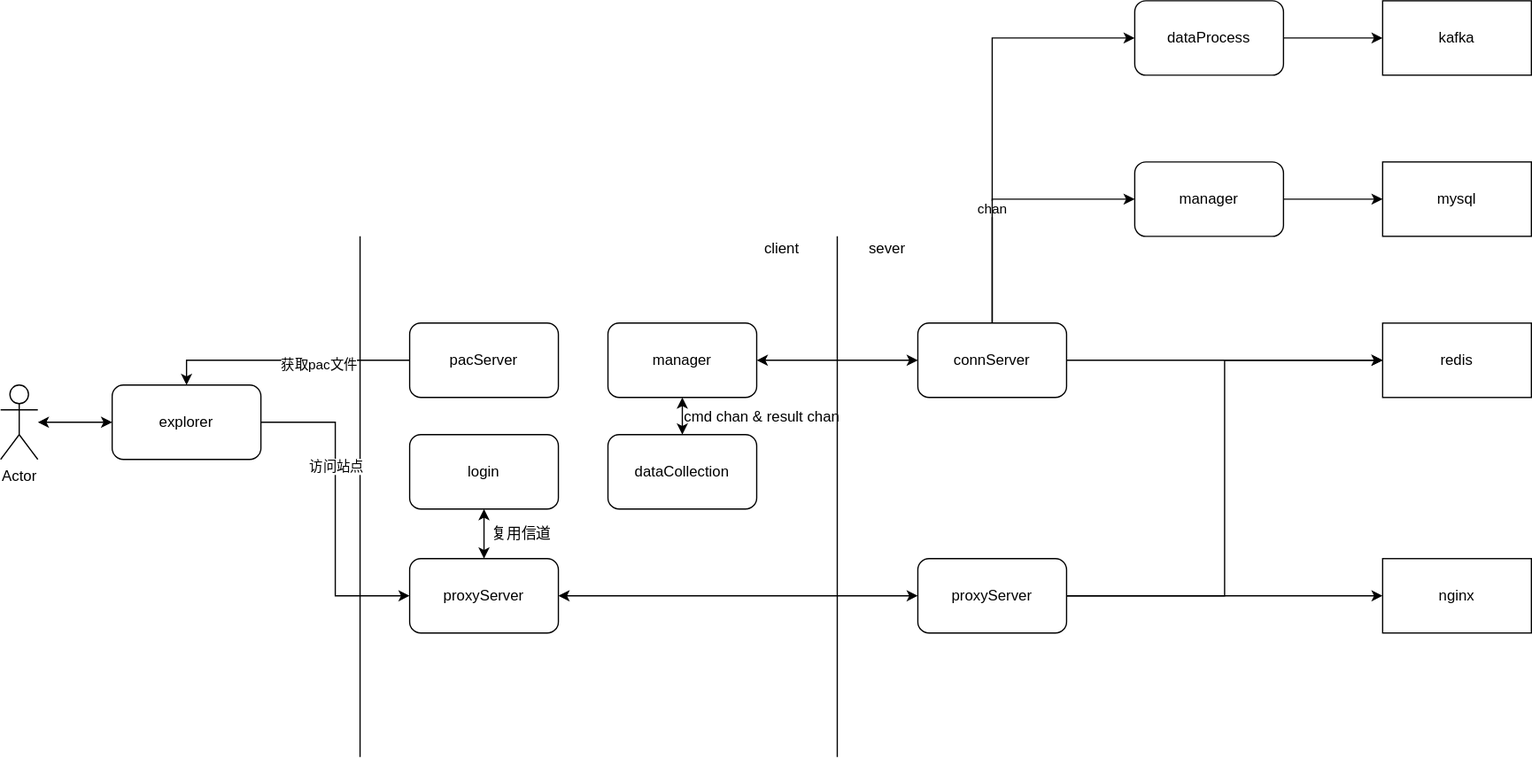
Before: tc_逻辑架构.svg, a diagram exported from draw.io (c17abab/diag_pics). Source tidied: cells renumbered, new cells last; positions are measured from the earlier drawing's top-left corner, leaving out a move shared by most shapes.
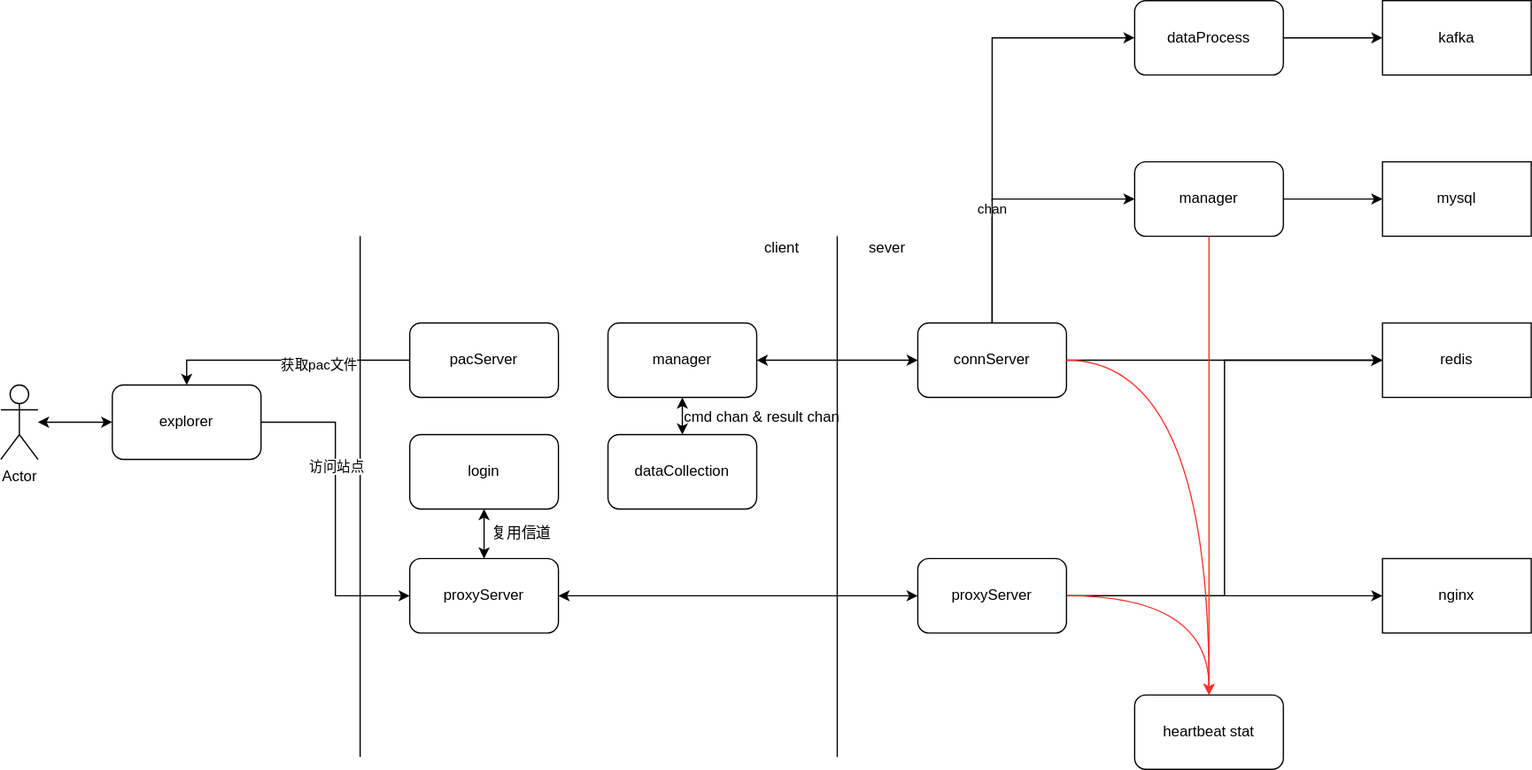
Above is the later version.

Commit message:
更新tc_逻辑架构.svg

What changed in the source:
```diff
@@ -35,6 +35,9 @@
     <mxCell id="11" style="edgeStyle=orthogonalEdgeStyle;rounded=0;jettySize=auto;html=1;exitX=1;exitY=0.5;exitDx=0;exitDy=0;" parent="1" edge="1" source="12" target="14">
       <mxGeometry relative="1" as="geometry" />
     </mxCell>
+    <mxCell id="40" style="edgeStyle=orthogonalEdgeStyle;rounded=0;jettySize=auto;html=1;exitX=1;exitY=0.5;exitDx=0;exitDy=0;entryX=0.5;entryY=0;entryDx=0;entryDy=0;curved=1;strokeColor=#FF3333;" parent="1" edge="1" source="12" target="41">
+      <mxGeometry relative="1" as="geometry" />
+    </mxCell>
     <mxCell id="12" value="proxyServer" style="rounded=1;whiteSpace=wrap;html=1;" parent="1" vertex="1">
       <mxGeometry x="740" y="450" width="120" height="60" as="geometry" />
     </mxCell>
@@ -122,5 +125,16 @@
     <mxCell id="39" value="cmd chan &amp;amp; result chan" style="text;html=1;align=center;verticalAlign=middle;fillColor=none;strokeColor=none;rounded=0;" parent="1" vertex="1">
       <mxGeometry x="544" y="326" width="140" height="20" as="geometry" />
     </mxCell>
+    <mxCell id="41" value="heartbeat stat" style="rounded=1;whiteSpace=wrap;html=1;" parent="1" vertex="1">
+      <mxGeometry x="915" y="560" width="120" height="60" as="geometry" />
+    </mxCell>
+    <mxCell id="42" style="edgeStyle=orthogonalEdgeStyle;rounded=0;jettySize=auto;html=1;exitX=1;exitY=0.5;exitDx=0;exitDy=0;entryX=0.5;entryY=0;entryDx=0;entryDy=0;curved=1;strokeColor=#FF3333;" parent="1" edge="1" source="6" target="41">
+      <mxGeometry relative="1" as="geometry" />
+    </mxCell>
+    <mxCell id="43" style="edgeStyle=orthogonalEdgeStyle;rounded=0;jettySize=auto;html=1;exitX=1;exitY=0.5;exitDx=0;exitDy=0;entryX=0.5;entryY=0;entryDx=0;entryDy=0;curved=1;strokeColor=#FF3333;" parent="1" edge="1" target="41">
+      <mxGeometry relative="1" as="geometry">
+        <mxPoint x="975" y="190" as="sourcePoint" />
+      </mxGeometry>
+    </mxCell>
   </root>
 </mxGraphModel>
```
